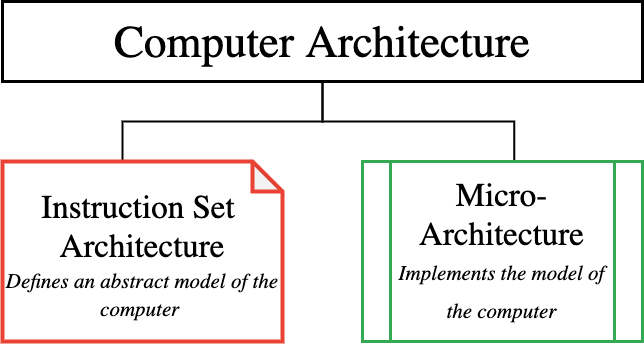
Earlier version of the draw.io export Writeups/4_Report/chapters/chapter4/img/architecture.png (AnthonyKenny98/Thesis). Source tidied: cells renumbered, new cells last; positions are measured from the earlier drawing's top-left corner, leaving out a move shared by most shapes. Source of this version:
```xml
<mxGraphModel>
  <root>
    <mxCell id="0" />
    <mxCell id="1" parent="0" />
    <mxCell id="2" style="edgeStyle=orthogonalEdgeStyle;rounded=0;jettySize=auto;html=1;exitX=0.5;exitY=1;exitDx=0;exitDy=0;endArrow=none;endFill=0;strokeWidth=2;fontFamily=Computer Modern;fontSize=29;fontColor=#000000;" parent="1" edge="1" source="4">
      <mxGeometry relative="1" as="geometry">
        <mxPoint x="120" y="160" as="targetPoint" />
      </mxGeometry>
    </mxCell>
    <mxCell id="3" style="edgeStyle=orthogonalEdgeStyle;rounded=0;jettySize=auto;html=1;exitX=0.5;exitY=1;exitDx=0;exitDy=0;endArrow=none;endFill=0;strokeWidth=2;fontFamily=Computer Modern;fontSize=29;fontColor=#000000;entryX=0.542;entryY=0;entryDx=0;entryDy=0;entryPerimeter=0;" parent="1" edge="1" source="4" target="7">
      <mxGeometry relative="1" as="geometry" />
    </mxCell>
    <mxCell id="4" value="&lt;font style=&quot;font-size: 45px&quot;&gt;Computer Architecture&lt;/font&gt;" style="rounded=0;whiteSpace=wrap;html=1;strokeColor=#000000;fillColor=#FFFFFF;fontFamily=Computer Modern;fontSize=29;fontColor=#000000;strokeWidth=3;" parent="1" vertex="1">
      <mxGeometry width="640" height="80" as="geometry" />
    </mxCell>
    <mxCell id="5" style="shape=note;whiteSpace=wrap;html=1;backgroundOutline=1;darkOpacity=0.05;strokeColor=#EA4335;fillColor=#FFFFFF;fontFamily=Computer Modern;fontSize=24;strokeWidth=4;" parent="1" vertex="1">
      <mxGeometry y="160" width="280" height="180" as="geometry" />
    </mxCell>
    <mxCell id="6" value="&lt;font&gt;&lt;span style=&quot;font-size: 33px&quot;&gt;Instruction Set &lt;br&gt;Architecture&lt;/span&gt;&lt;br&gt;&lt;font&gt;&lt;font size=&quot;1&quot;&gt;&lt;i style=&quot;font-size: 21px&quot;&gt;Defines an abstract model of the computer&lt;/i&gt;&lt;i style=&quot;font-size: 18px&quot;&gt;&amp;nbsp;&lt;/i&gt;&lt;/font&gt;&lt;/font&gt;&lt;br&gt;&lt;/font&gt;" style="text;html=1;strokeColor=none;fillColor=none;align=center;verticalAlign=top;whiteSpace=wrap;rounded=0;fontFamily=Computer Modern;fontSize=24;" parent="1" vertex="1">
      <mxGeometry y="180" width="280" height="150" as="geometry" />
    </mxCell>
    <mxCell id="7" value="&lt;span style=&quot;font-size: 33px&quot;&gt;Micro-&lt;br&gt;Architecture&lt;br&gt;&lt;/span&gt;&lt;i style=&quot;font-size: 21px&quot;&gt;Implements the model of the computer&lt;/i&gt;&lt;span style=&quot;font-size: 33px&quot;&gt;&lt;br&gt;&lt;/span&gt;" style="shape=process;whiteSpace=wrap;html=1;backgroundOutline=1;strokeColor=#34A853;strokeWidth=3;fillColor=#FFFFFF;fontFamily=Computer Modern;fontSize=29;fontColor=#000000;" parent="1" vertex="1">
      <mxGeometry x="360" y="160" width="280" height="180" as="geometry" />
    </mxCell>
  </root>
</mxGraphModel>
```
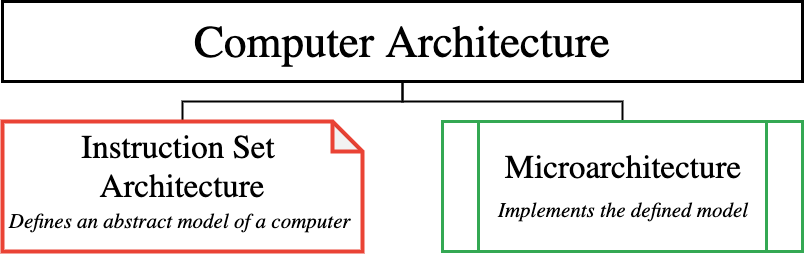
Later version of the same file.

The edit, as a diff of the source:
```diff
@@ -2,25 +2,23 @@
   <root>
     <mxCell id="0" />
     <mxCell id="1" parent="0" />
-    <mxCell id="2" style="edgeStyle=orthogonalEdgeStyle;rounded=0;jettySize=auto;html=1;exitX=0.5;exitY=1;exitDx=0;exitDy=0;endArrow=none;endFill=0;strokeWidth=2;fontFamily=Computer Modern;fontSize=29;fontColor=#000000;" parent="1" edge="1" source="4">
-      <mxGeometry relative="1" as="geometry">
-        <mxPoint x="120" y="160" as="targetPoint" />
-      </mxGeometry>
-    </mxCell>
-    <mxCell id="3" style="edgeStyle=orthogonalEdgeStyle;rounded=0;jettySize=auto;html=1;exitX=0.5;exitY=1;exitDx=0;exitDy=0;endArrow=none;endFill=0;strokeWidth=2;fontFamily=Computer Modern;fontSize=29;fontColor=#000000;entryX=0.542;entryY=0;entryDx=0;entryDy=0;entryPerimeter=0;" parent="1" edge="1" source="4" target="7">
-      <mxGeometry relative="1" as="geometry" />
-    </mxCell>
+    <mxCell id="8" style="edgeStyle=orthogonalEdgeStyle;rounded=0;jettySize=auto;html=1;exitX=0.5;exitY=1;exitDx=0;exitDy=0;endArrow=none;endFill=0;strokeWidth=2;fontFamily=Computer Modern;fontSize=29;fontColor=#000000;entryX=0.5;entryY=0;entryDx=0;entryDy=0;entryPerimeter=0;" parent="1" edge="1" source="4" target="10">
+      <mxGeometry relative="1" as="geometry" />
+    </mxCell>
+    <mxCell id="9" style="edgeStyle=orthogonalEdgeStyle;rounded=0;jettySize=auto;html=1;exitX=0.5;exitY=1;exitDx=0;exitDy=0;endArrow=none;endFill=0;strokeWidth=2;fontFamily=Computer Modern;fontSize=29;fontColor=#000000;entryX=0.5;entryY=0;entryDx=0;entryDy=0;" parent="1" edge="1" source="4" target="12">
+      <mxGeometry relative="1" as="geometry" />
+    </mxCell>
     <mxCell id="4" value="&lt;font style=&quot;font-size: 45px&quot;&gt;Computer Architecture&lt;/font&gt;" style="rounded=0;whiteSpace=wrap;html=1;strokeColor=#000000;fillColor=#FFFFFF;fontFamily=Computer Modern;fontSize=29;fontColor=#000000;strokeWidth=3;" parent="1" vertex="1">
-      <mxGeometry width="640" height="80" as="geometry" />
+      <mxGeometry width="800" height="80" as="geometry" />
     </mxCell>
-    <mxCell id="5" style="shape=note;whiteSpace=wrap;html=1;backgroundOutline=1;darkOpacity=0.05;strokeColor=#EA4335;fillColor=#FFFFFF;fontFamily=Computer Modern;fontSize=24;strokeWidth=4;" parent="1" vertex="1">
-      <mxGeometry y="160" width="280" height="180" as="geometry" />
-    </mxCell>
-    <mxCell id="6" value="&lt;font&gt;&lt;span style=&quot;font-size: 33px&quot;&gt;Instruction Set &lt;br&gt;Architecture&lt;/span&gt;&lt;br&gt;&lt;font&gt;&lt;font size=&quot;1&quot;&gt;&lt;i style=&quot;font-size: 21px&quot;&gt;Defines an abstract model of the computer&lt;/i&gt;&lt;i style=&quot;font-size: 18px&quot;&gt;&amp;nbsp;&lt;/i&gt;&lt;/font&gt;&lt;/font&gt;&lt;br&gt;&lt;/font&gt;" style="text;html=1;strokeColor=none;fillColor=none;align=center;verticalAlign=top;whiteSpace=wrap;rounded=0;fontFamily=Computer Modern;fontSize=24;" parent="1" vertex="1">
-      <mxGeometry y="180" width="280" height="150" as="geometry" />
-    </mxCell>
-    <mxCell id="7" value="&lt;span style=&quot;font-size: 33px&quot;&gt;Micro-&lt;br&gt;Architecture&lt;br&gt;&lt;/span&gt;&lt;i style=&quot;font-size: 21px&quot;&gt;Implements the model of the computer&lt;/i&gt;&lt;span style=&quot;font-size: 33px&quot;&gt;&lt;br&gt;&lt;/span&gt;" style="shape=process;whiteSpace=wrap;html=1;backgroundOutline=1;strokeColor=#34A853;strokeWidth=3;fillColor=#FFFFFF;fontFamily=Computer Modern;fontSize=29;fontColor=#000000;" parent="1" vertex="1">
-      <mxGeometry x="360" y="160" width="280" height="180" as="geometry" />
-    </mxCell>
+    <mxCell id="10" style="shape=note;whiteSpace=wrap;html=1;backgroundOutline=1;darkOpacity=0.05;strokeColor=#EA4335;fillColor=#FFFFFF;fontFamily=Computer Modern;fontSize=24;strokeWidth=4;" parent="1" vertex="1">
+      <mxGeometry y="120" width="360" height="130" as="geometry" />
+    </mxCell>
+    <mxCell id="11" value="&lt;font&gt;&lt;span style=&quot;font-size: 33px&quot;&gt;Instruction Set &lt;br&gt;Architecture&lt;/span&gt;&lt;br&gt;&lt;font&gt;&lt;font size=&quot;1&quot;&gt;&lt;i style=&quot;font-size: 21px&quot;&gt;Defines an abstract model of a computer&lt;/i&gt;&lt;i style=&quot;font-size: 18px&quot;&gt;&amp;nbsp;&lt;/i&gt;&lt;/font&gt;&lt;/font&gt;&lt;br&gt;&lt;/font&gt;" style="text;html=1;strokeColor=none;fillColor=none;align=center;verticalAlign=top;whiteSpace=wrap;rounded=0;fontFamily=Computer Modern;fontSize=24;" parent="1" vertex="1">
+      <mxGeometry y="120" width="360" height="130" as="geometry" />
+    </mxCell>
+    <mxCell id="12" value="&lt;span style=&quot;font-size: 33px&quot;&gt;Microarchitecture&lt;br&gt;&lt;/span&gt;&lt;i style=&quot;font-size: 21px&quot;&gt;Implements the defined model&lt;/i&gt;&lt;span style=&quot;font-size: 33px&quot;&gt;&lt;br&gt;&lt;/span&gt;" style="shape=process;whiteSpace=wrap;html=1;backgroundOutline=1;strokeColor=#34A853;strokeWidth=3;fillColor=#FFFFFF;fontFamily=Computer Modern;fontSize=29;fontColor=#000000;" parent="1" vertex="1">
+      <mxGeometry x="440" y="120" width="360" height="130" as="geometry" />
+    </mxCell>
   </root>
 </mxGraphModel>
```
